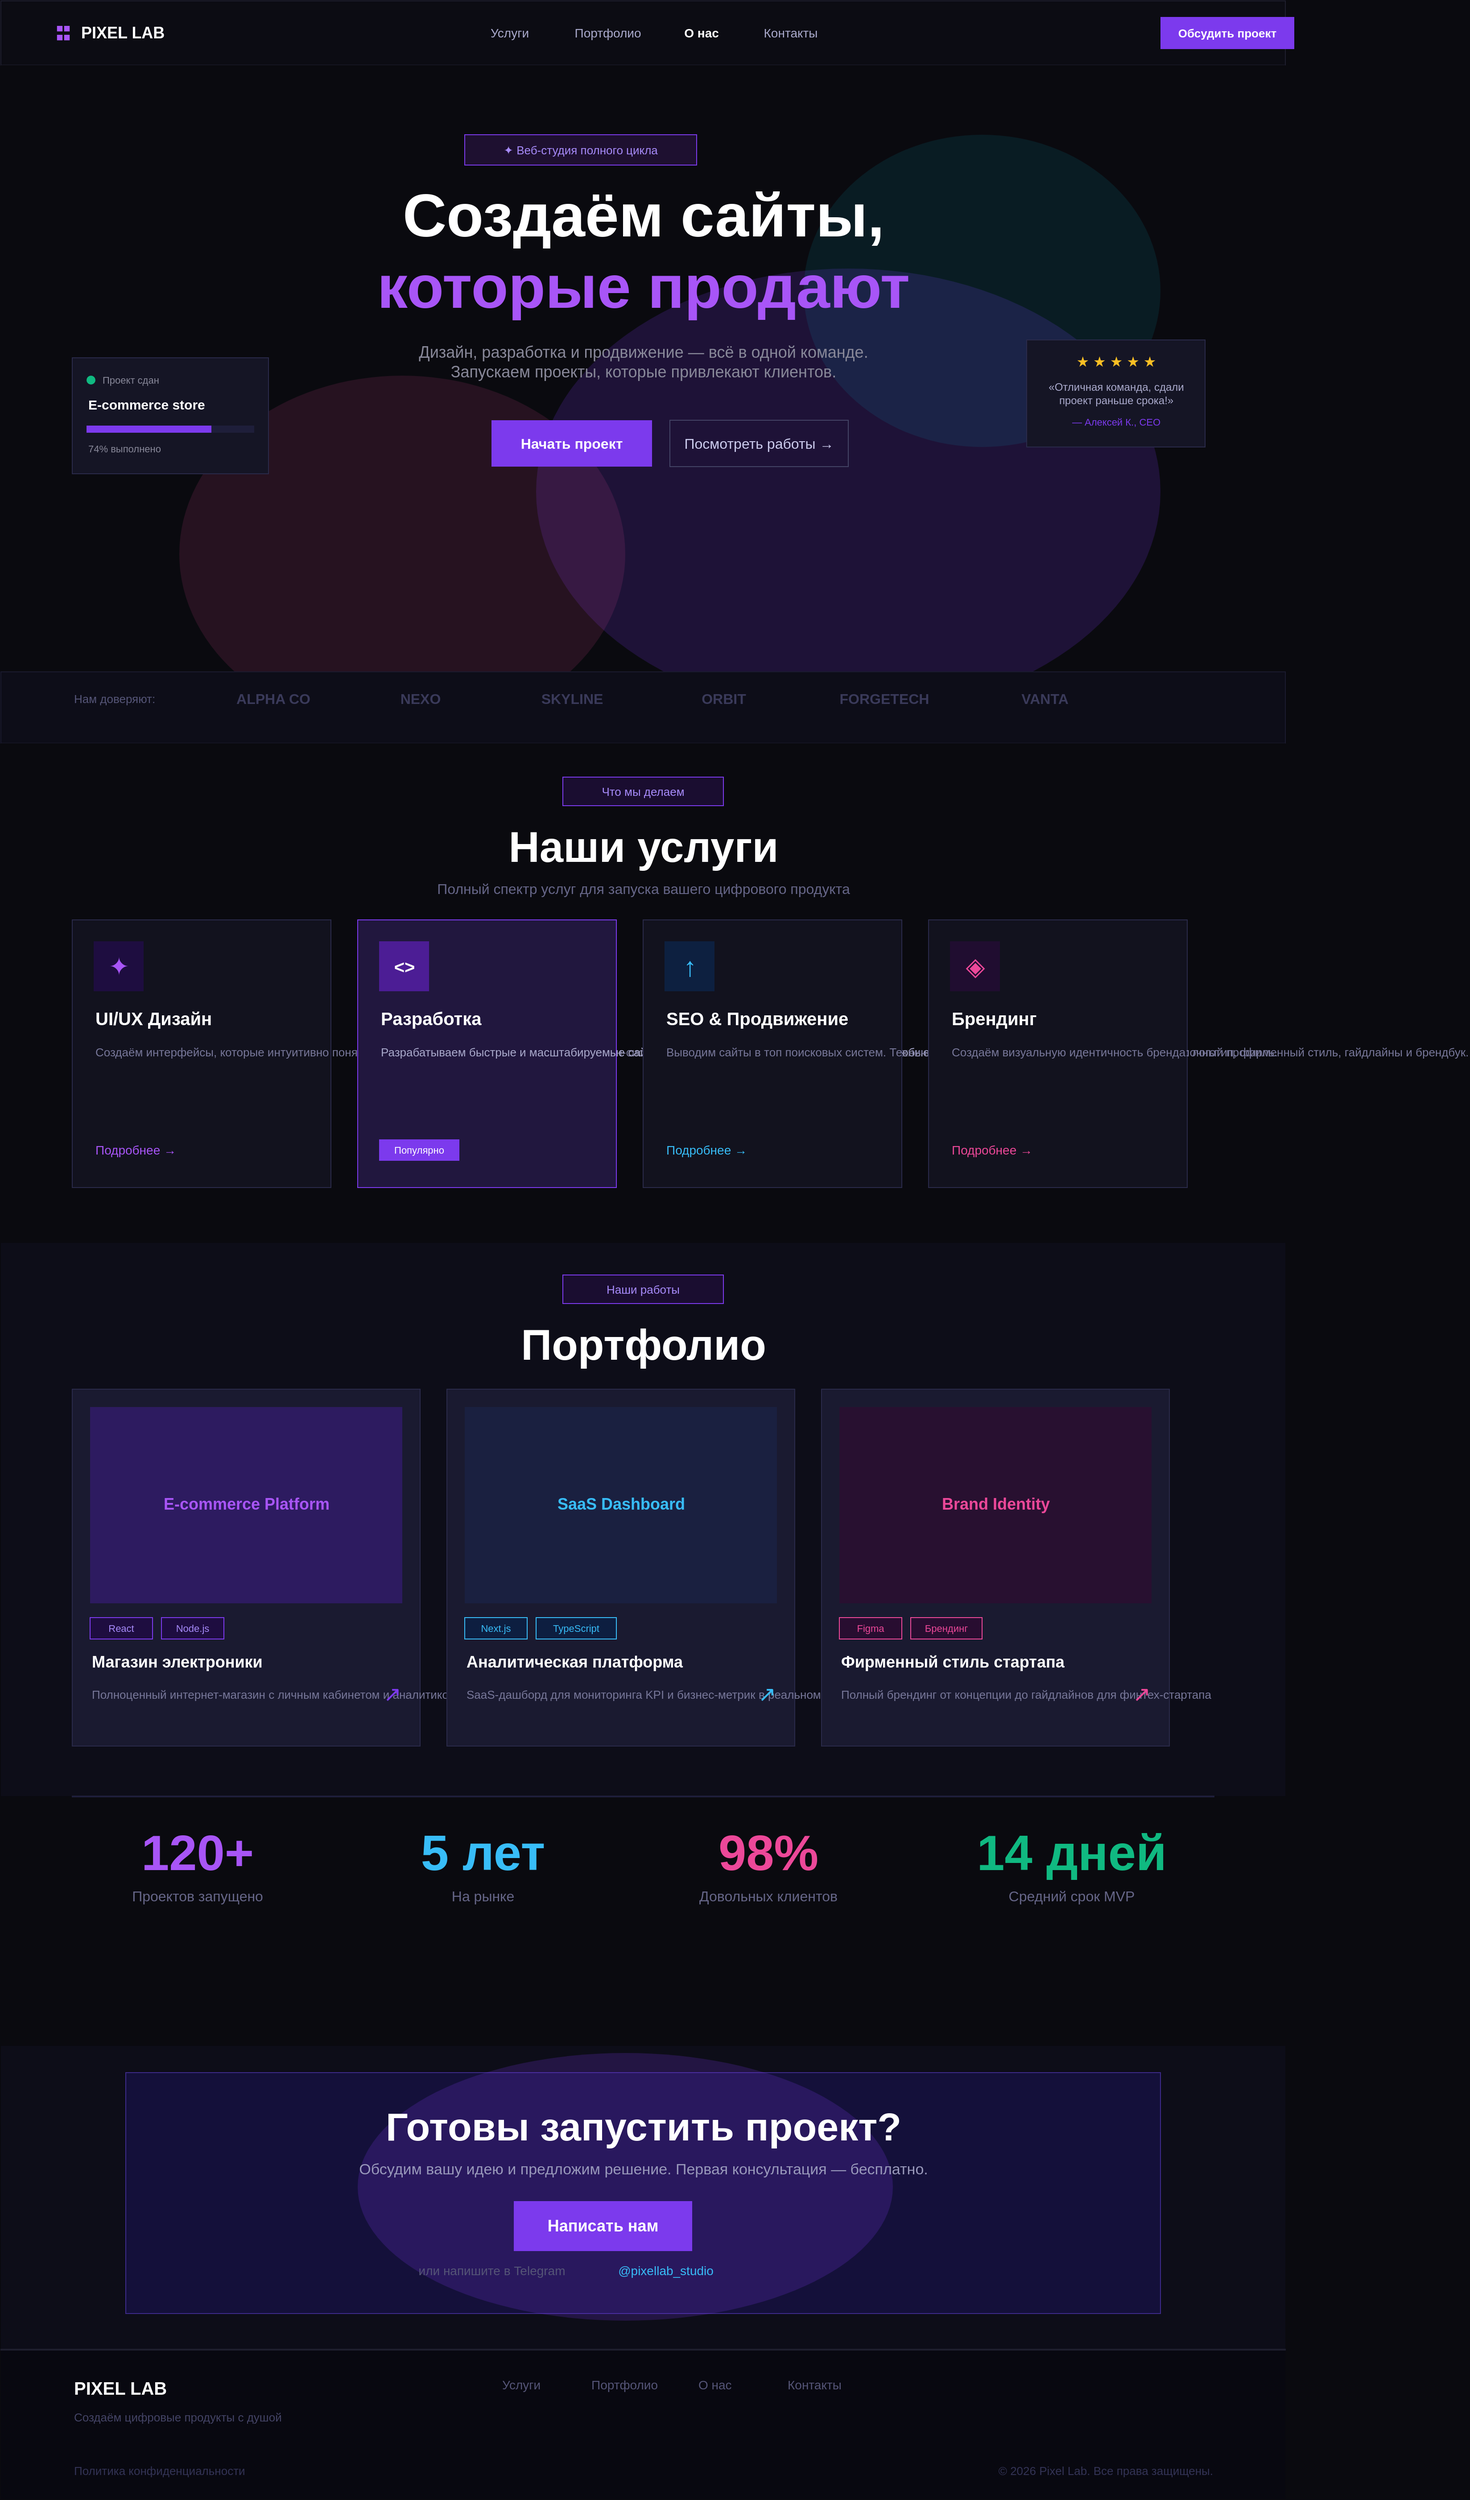
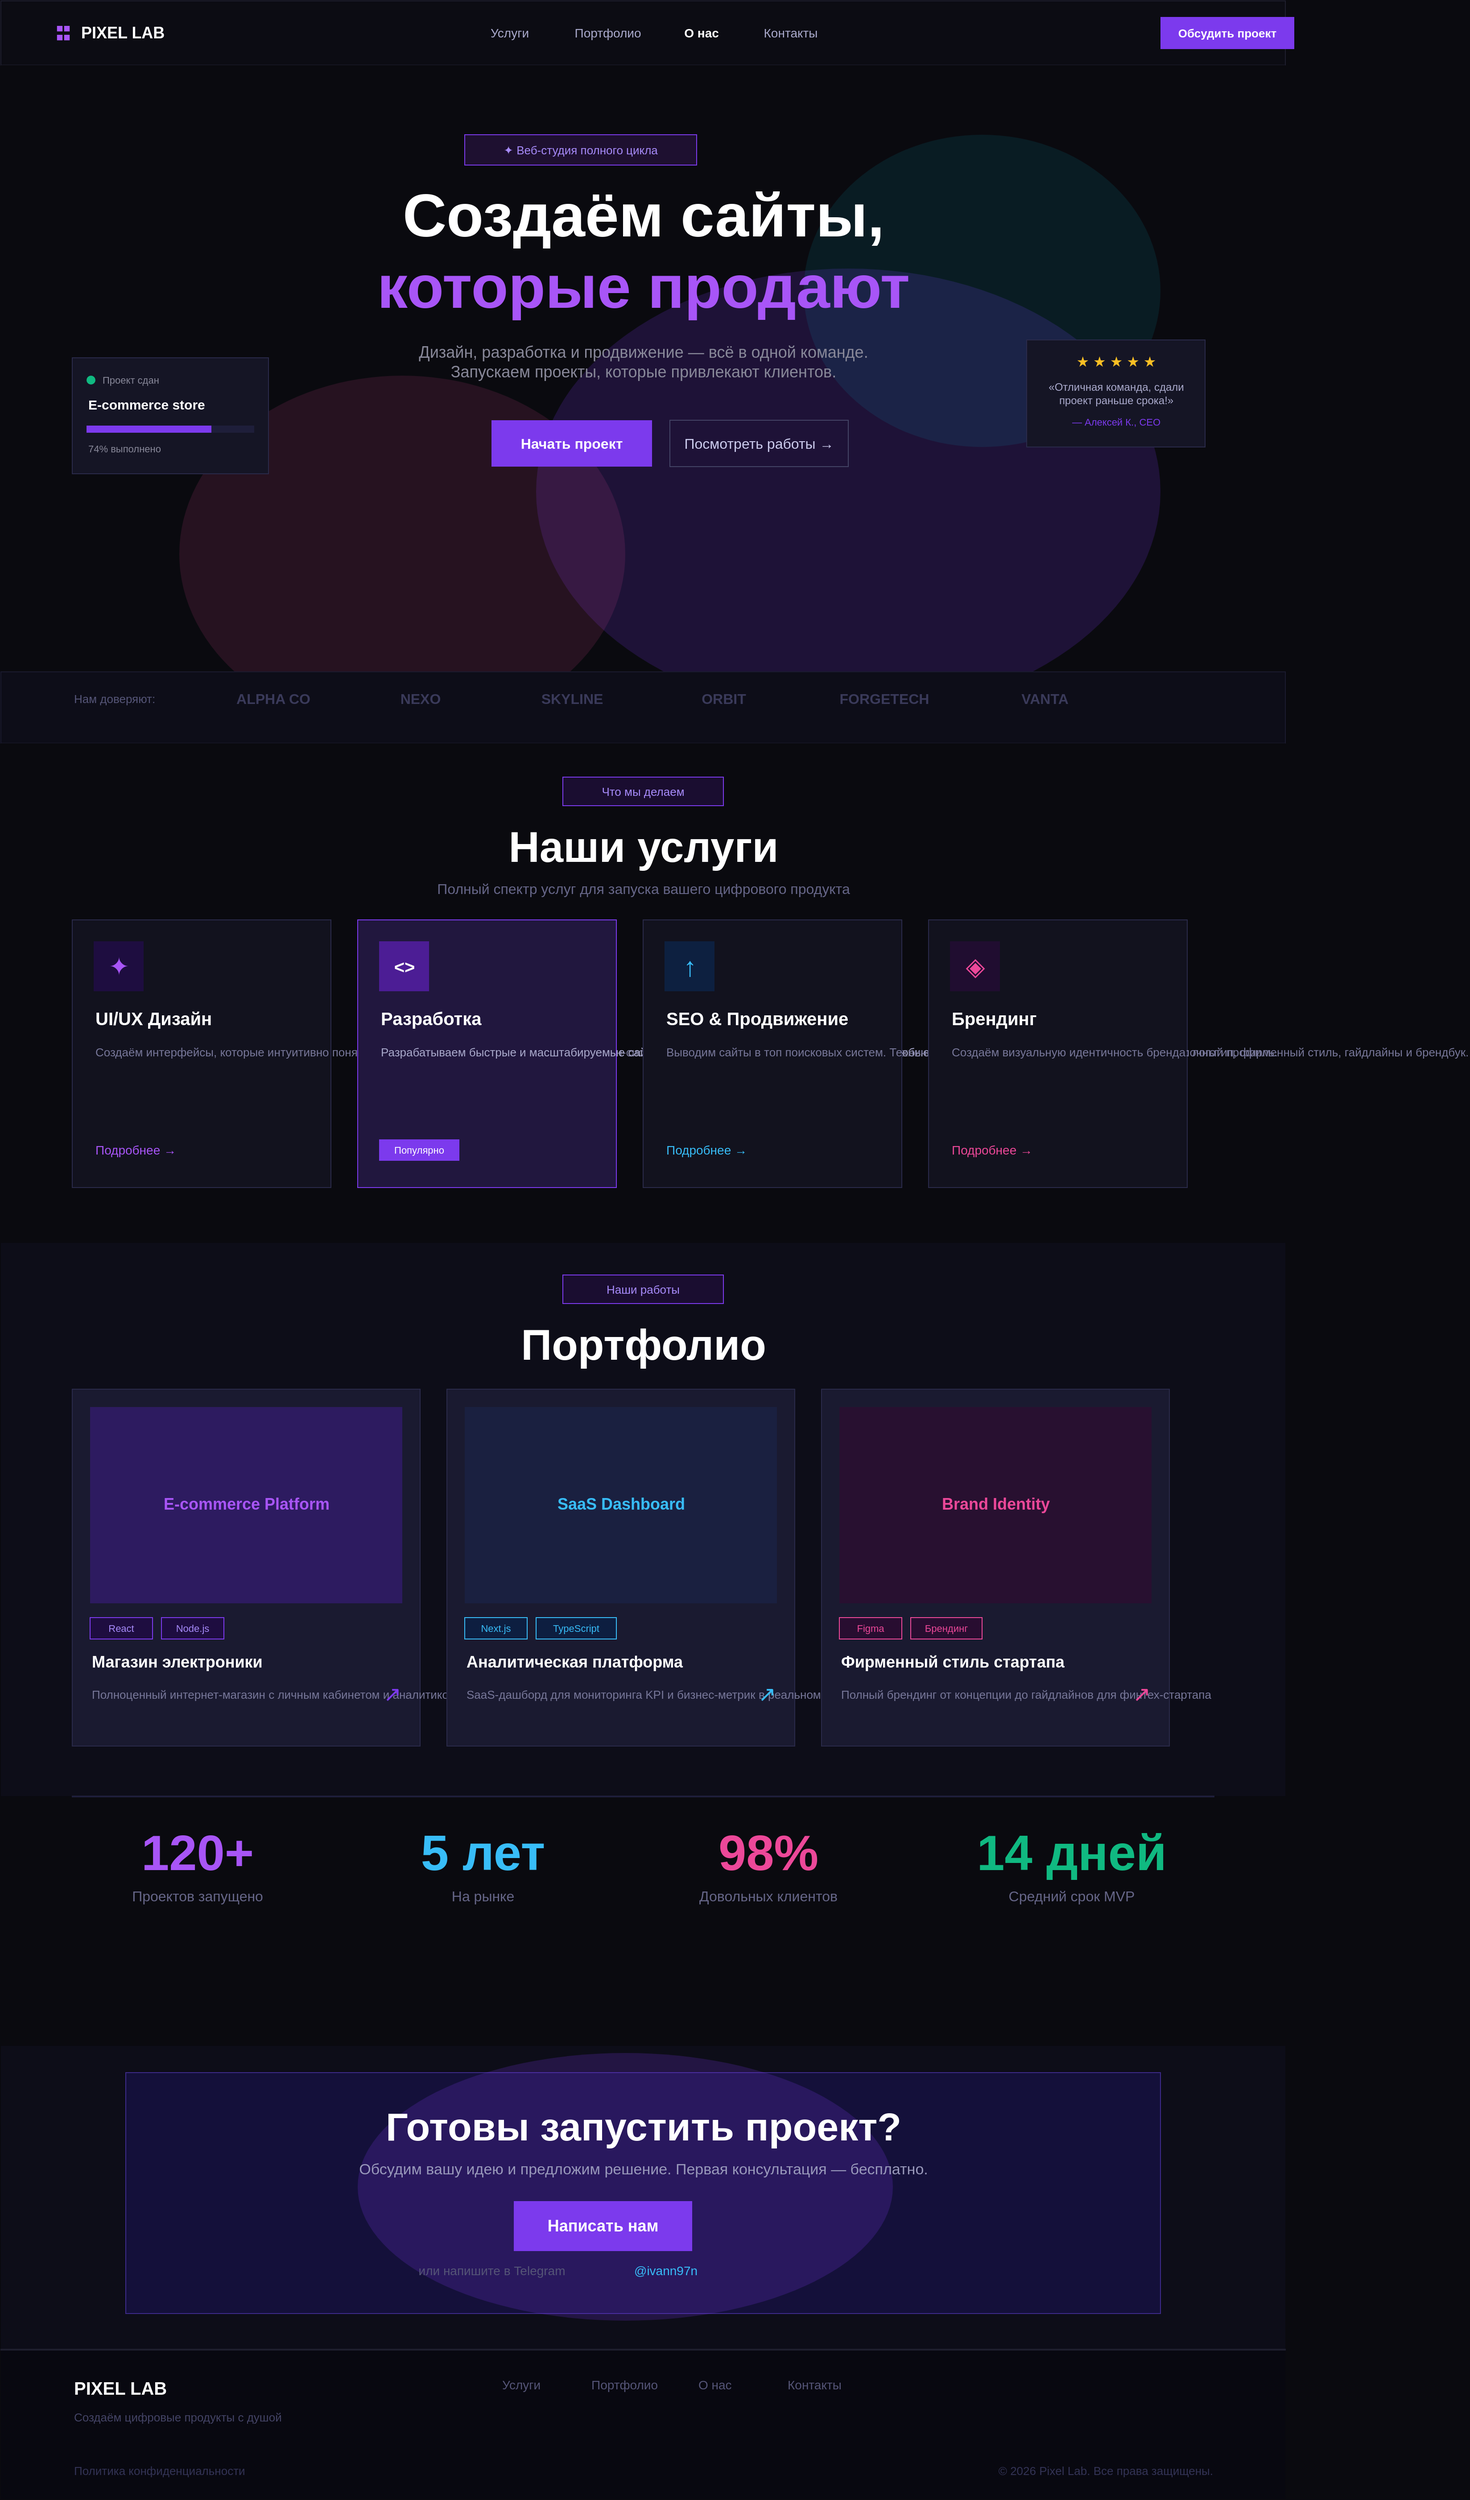
<mxfile host="vscode" modified="2026-03-29T10:00:00.000Z" agent="Claude" version="21.0.0">
  <diagram id="homepage" name="Web Studio — Homepage">
    <mxGraphModel dx="1422" dy="762" grid="0" gridSize="10" guides="1" tooltips="1" connect="0" arrows="0" fold="0" page="0" pageScale="1" pageWidth="1440" pageHeight="2800" math="0" shadow="0" background="#0A0A0F">
      <root>
        <mxCell id="0" />
        <mxCell id="1" parent="0" />

        <!-- ===================== PAGE BACKGROUND ===================== -->
        <mxCell id="bg" value="" style="rounded=0;whiteSpace=wrap;html=1;fillColor=#0A0A0F;strokeColor=none;" vertex="1" parent="1">
          <mxGeometry x="0" y="0" width="1440" height="2800" as="geometry" />
        </mxCell>

        <!-- ===================== NAVBAR ===================== -->
        <mxCell id="navbar-bg" value="" style="rounded=0;whiteSpace=wrap;html=1;fillColor=#0D0D15;strokeColor=#1E1E2E;strokeWidth=1;fillOpacity=90;" vertex="1" parent="1">
          <mxGeometry x="0" y="0" width="1440" height="72" as="geometry" />
        </mxCell>
        <!-- Logo dot grid icon -->
        <mxCell id="logo-icon" value="⬛⬛&#xa;⬛⬛" style="text;html=1;align=left;verticalAlign=middle;resizable=0;points=[];autosize=1;strokeColor=none;fillColor=none;fontSize=8;fontColor=#A855F7;" vertex="1" parent="1">
          <mxGeometry x="60" y="22" width="30" height="28" as="geometry" />
        </mxCell>
        <mxCell id="logo-text" value="PIXEL LAB" style="text;html=1;align=left;verticalAlign=middle;resizable=0;points=[];autosize=1;strokeColor=none;fillColor=none;fontSize=18;fontStyle=1;fontColor=#FFFFFF;fontFamily=Helvetica;" vertex="1" parent="1">
          <mxGeometry x="88" y="22" width="110" height="28" as="geometry" />
        </mxCell>
        <!-- Nav links -->
        <mxCell id="nav-l1" value="Услуги" style="text;html=1;align=center;verticalAlign=middle;resizable=0;strokeColor=none;fillColor=none;fontSize=14;fontColor=#AAAACC;" vertex="1" parent="1">
          <mxGeometry x="530" y="22" width="80" height="28" as="geometry" />
        </mxCell>
        <mxCell id="nav-l2" value="Портфолио" style="text;html=1;align=center;verticalAlign=middle;resizable=0;strokeColor=none;fillColor=none;fontSize=14;fontColor=#AAAACC;" vertex="1" parent="1">
          <mxGeometry x="630" y="22" width="100" height="28" as="geometry" />
        </mxCell>
        <mxCell id="nav-l3" value="О нас" style="text;html=1;align=center;verticalAlign=middle;resizable=0;strokeColor=none;fillColor=none;fontSize=14;fontColor=#FFFFFF;fontStyle=1;" vertex="1" parent="1">
          <mxGeometry x="750" y="22" width="70" height="28" as="geometry" />
        </mxCell>
        <mxCell id="nav-l4" value="Контакты" style="text;html=1;align=center;verticalAlign=middle;resizable=0;strokeColor=none;fillColor=none;fontSize=14;fontColor=#AAAACC;" vertex="1" parent="1">
          <mxGeometry x="840" y="22" width="90" height="28" as="geometry" />
        </mxCell>
        <!-- Nav CTA button -->
        <mxCell id="nav-cta" value="Обсудить проект" style="rounded=20;whiteSpace=wrap;html=1;fillColor=#7C3AED;strokeColor=none;fontSize=13;fontStyle=1;fontColor=#FFFFFF;arcSize=50;" vertex="1" parent="1">
          <mxGeometry x="1300" y="18" width="150" height="36" as="geometry" />
        </mxCell>

        <!-- ===================== HERO SECTION ===================== -->
        <mxCell id="hero-bg" value="" style="rounded=0;whiteSpace=wrap;html=1;fillColor=#0A0A0F;strokeColor=none;" vertex="1" parent="1">
          <mxGeometry x="0" y="72" width="1440" height="680" as="geometry" />
        </mxCell>
        <!-- Gradient blob purple -->
        <mxCell id="blob-purple" value="" style="ellipse;whiteSpace=wrap;html=1;fillColor=#7C3AED;strokeColor=none;opacity=18;" vertex="1" parent="1">
          <mxGeometry x="600" y="300" width="700" height="500" as="geometry" />
        </mxCell>
        <!-- Gradient blob pink -->
        <mxCell id="blob-pink" value="" style="ellipse;whiteSpace=wrap;html=1;fillColor=#EC4899;strokeColor=none;opacity=12;" vertex="1" parent="1">
          <mxGeometry x="200" y="420" width="500" height="400" as="geometry" />
        </mxCell>
        <!-- Gradient blob teal -->
        <mxCell id="blob-teal" value="" style="ellipse;whiteSpace=wrap;html=1;fillColor=#06B6D4;strokeColor=none;opacity=10;" vertex="1" parent="1">
          <mxGeometry x="900" y="150" width="400" height="350" as="geometry" />
        </mxCell>

        <!-- Badge pill -->
        <mxCell id="hero-badge" value="✦  Веб-студия полного цикла" style="rounded=20;whiteSpace=wrap;html=1;fillColor=#1E1030;strokeColor=#7C3AED;strokeWidth=1;fontSize=13;fontColor=#A78BFA;arcSize=50;" vertex="1" parent="1">
          <mxGeometry x="520" y="150" width="260" height="34" as="geometry" />
        </mxCell>

        <!-- H1 -->
        <mxCell id="hero-h1-1" value="Создаём сайты," style="text;html=1;align=center;verticalAlign=middle;resizable=0;strokeColor=none;fillColor=none;fontSize=68;fontStyle=1;fontColor=#FFFFFF;fontFamily=Helvetica;" vertex="1" parent="1">
          <mxGeometry x="220" y="200" width="1000" height="80" as="geometry" />
        </mxCell>
        <mxCell id="hero-h1-2" value="которые продают" style="text;html=1;align=center;verticalAlign=middle;resizable=0;strokeColor=none;fillColor=none;fontSize=68;fontStyle=1;fontColor=#A855F7;fontFamily=Helvetica;" vertex="1" parent="1">
          <mxGeometry x="220" y="280" width="1000" height="80" as="geometry" />
        </mxCell>

        <!-- Subtitle -->
        <mxCell id="hero-sub" value="Дизайн, разработка и продвижение — всё в одной команде.&#xa;Запускаем проекты, которые привлекают клиентов." style="text;html=1;align=center;verticalAlign=middle;resizable=0;strokeColor=none;fillColor=none;fontSize=18;fontColor=#888899;fontFamily=Helvetica;" vertex="1" parent="1">
          <mxGeometry x="320" y="375" width="800" height="60" as="geometry" />
        </mxCell>

        <!-- CTA Buttons -->
        <mxCell id="hero-btn1" value="Начать проект" style="rounded=24;whiteSpace=wrap;html=1;fillColor=#7C3AED;strokeColor=none;fontSize=16;fontStyle=1;fontColor=#FFFFFF;arcSize=50;" vertex="1" parent="1">
          <mxGeometry x="550" y="470" width="180" height="52" as="geometry" />
        </mxCell>
        <mxCell id="hero-btn2" value="Посмотреть работы  →" style="rounded=24;whiteSpace=wrap;html=1;fillColor=none;strokeColor=#444466;fontSize=16;fontColor=#CCCCEE;arcSize=50;" vertex="1" parent="1">
          <mxGeometry x="750" y="470" width="200" height="52" as="geometry" />
        </mxCell>

        <!-- Floating card 1 — проект -->
        <mxCell id="float-card1" value="" style="rounded=16;whiteSpace=wrap;html=1;fillColor=#151525;strokeColor=#2A2A4A;strokeWidth=1;" vertex="1" parent="1">
          <mxGeometry x="80" y="400" width="220" height="130" as="geometry" />
        </mxCell>
        <mxCell id="fc1-dot" value="" style="ellipse;whiteSpace=wrap;html=1;fillColor=#10B981;strokeColor=none;" vertex="1" parent="1">
          <mxGeometry x="96" y="420" width="10" height="10" as="geometry" />
        </mxCell>
        <mxCell id="fc1-label" value="Проект сдан" style="text;html=1;align=left;verticalAlign=middle;resizable=0;strokeColor=none;fillColor=none;fontSize=11;fontColor=#888899;" vertex="1" parent="1">
          <mxGeometry x="112" y="414" width="120" height="22" as="geometry" />
        </mxCell>
        <mxCell id="fc1-title" value="E-commerce store" style="text;html=1;align=left;verticalAlign=middle;resizable=0;strokeColor=none;fillColor=none;fontSize=15;fontStyle=1;fontColor=#FFFFFF;" vertex="1" parent="1">
          <mxGeometry x="96" y="440" width="190" height="24" as="geometry" />
        </mxCell>
        <mxCell id="fc1-bar-bg" value="" style="rounded=4;whiteSpace=wrap;html=1;fillColor=#1E1E3A;strokeColor=none;" vertex="1" parent="1">
          <mxGeometry x="96" y="476" width="188" height="8" as="geometry" />
        </mxCell>
        <mxCell id="fc1-bar" value="" style="rounded=4;whiteSpace=wrap;html=1;fillColor=#7C3AED;strokeColor=none;" vertex="1" parent="1">
          <mxGeometry x="96" y="476" width="140" height="8" as="geometry" />
        </mxCell>
        <mxCell id="fc1-pct" value="74% выполнено" style="text;html=1;align=left;verticalAlign=middle;resizable=0;strokeColor=none;fillColor=none;fontSize=11;fontColor=#888899;" vertex="1" parent="1">
          <mxGeometry x="96" y="492" width="130" height="20" as="geometry" />
        </mxCell>

        <!-- Floating card 2 — rating -->
        <mxCell id="float-card2" value="" style="rounded=16;whiteSpace=wrap;html=1;fillColor=#151525;strokeColor=#2A2A4A;strokeWidth=1;" vertex="1" parent="1">
          <mxGeometry x="1150" y="380" width="200" height="120" as="geometry" />
        </mxCell>
        <mxCell id="fc2-stars" value="★ ★ ★ ★ ★" style="text;html=1;align=center;verticalAlign=middle;resizable=0;strokeColor=none;fillColor=none;fontSize=16;fontColor=#FBBF24;" vertex="1" parent="1">
          <mxGeometry x="1150" y="390" width="200" height="28" as="geometry" />
        </mxCell>
        <mxCell id="fc2-text" value="«Отличная команда, сдали&#xa;проект раньше срока!»" style="text;html=1;align=center;verticalAlign=middle;resizable=0;strokeColor=none;fillColor=none;fontSize=12;fontColor=#AAAACC;" vertex="1" parent="1">
          <mxGeometry x="1155" y="420" width="190" height="40" as="geometry" />
        </mxCell>
        <mxCell id="fc2-name" value="— Алексей К., CEO" style="text;html=1;align=center;verticalAlign=middle;resizable=0;strokeColor=none;fillColor=none;fontSize=11;fontColor=#7C3AED;" vertex="1" parent="1">
          <mxGeometry x="1150" y="462" width="200" height="20" as="geometry" />
        </mxCell>

        <!-- ===================== CLIENTS STRIP ===================== -->
        <mxCell id="clients-bg" value="" style="rounded=0;whiteSpace=wrap;html=1;fillColor=#0D0D18;strokeColor=#1A1A2E;strokeWidth=1;" vertex="1" parent="1">
          <mxGeometry x="0" y="752" width="1440" height="80" as="geometry" />
        </mxCell>
        <mxCell id="clients-label" value="Нам доверяют:" style="text;html=1;align=left;verticalAlign=middle;resizable=0;strokeColor=none;fillColor=none;fontSize=13;fontColor=#555577;" vertex="1" parent="1">
          <mxGeometry x="80" y="768" width="120" height="28" as="geometry" />
        </mxCell>
        <mxCell id="cl1" value="ALPHA CO" style="text;html=1;align=center;verticalAlign=middle;resizable=0;strokeColor=none;fillColor=none;fontSize=16;fontStyle=1;fontColor=#3A3A5A;" vertex="1" parent="1">
          <mxGeometry x="240" y="768" width="130" height="28" as="geometry" />
        </mxCell>
        <mxCell id="cl2" value="NEXO" style="text;html=1;align=center;verticalAlign=middle;resizable=0;strokeColor=none;fillColor=none;fontSize=16;fontStyle=1;fontColor=#3A3A5A;" vertex="1" parent="1">
          <mxGeometry x="420" y="768" width="100" height="28" as="geometry" />
        </mxCell>
        <mxCell id="cl3" value="SKYLINE" style="text;html=1;align=center;verticalAlign=middle;resizable=0;strokeColor=none;fillColor=none;fontSize=16;fontStyle=1;fontColor=#3A3A5A;" vertex="1" parent="1">
          <mxGeometry x="580" y="768" width="120" height="28" as="geometry" />
        </mxCell>
        <mxCell id="cl4" value="ORBIT" style="text;html=1;align=center;verticalAlign=middle;resizable=0;strokeColor=none;fillColor=none;fontSize=16;fontStyle=1;fontColor=#3A3A5A;" vertex="1" parent="1">
          <mxGeometry x="760" y="768" width="100" height="28" as="geometry" />
        </mxCell>
        <mxCell id="cl5" value="FORGETECH" style="text;html=1;align=center;verticalAlign=middle;resizable=0;strokeColor=none;fillColor=none;fontSize=16;fontStyle=1;fontColor=#3A3A5A;" vertex="1" parent="1">
          <mxGeometry x="920" y="768" width="140" height="28" as="geometry" />
        </mxCell>
        <mxCell id="cl6" value="VANTA" style="text;html=1;align=center;verticalAlign=middle;resizable=0;strokeColor=none;fillColor=none;fontSize=16;fontStyle=1;fontColor=#3A3A5A;" vertex="1" parent="1">
          <mxGeometry x="1120" y="768" width="100" height="28" as="geometry" />
        </mxCell>

        <!-- ===================== SERVICES SECTION ===================== -->
        <mxCell id="services-bg" value="" style="rounded=0;whiteSpace=wrap;html=1;fillColor=#0A0A0F;strokeColor=none;" vertex="1" parent="1">
          <mxGeometry x="0" y="832" width="1440" height="560" as="geometry" />
        </mxCell>
        <mxCell id="srv-badge" value="Что мы делаем" style="rounded=20;whiteSpace=wrap;html=1;fillColor=#1A0D30;strokeColor=#7C3AED;strokeWidth=1;fontSize=13;fontColor=#A78BFA;arcSize=50;" vertex="1" parent="1">
          <mxGeometry x="630" y="870" width="180" height="32" as="geometry" />
        </mxCell>
        <mxCell id="srv-h2" value="Наши услуги" style="text;html=1;align=center;verticalAlign=middle;resizable=0;strokeColor=none;fillColor=none;fontSize=48;fontStyle=1;fontColor=#FFFFFF;fontFamily=Helvetica;" vertex="1" parent="1">
          <mxGeometry x="320" y="918" width="800" height="60" as="geometry" />
        </mxCell>
        <mxCell id="srv-sub" value="Полный спектр услуг для запуска вашего цифрового продукта" style="text;html=1;align=center;verticalAlign=middle;resizable=0;strokeColor=none;fillColor=none;fontSize=16;fontColor=#666688;" vertex="1" parent="1">
          <mxGeometry x="380" y="980" width="680" height="30" as="geometry" />
        </mxCell>

        <!-- Service Card 1 — Design -->
        <mxCell id="sc1" value="" style="rounded=20;whiteSpace=wrap;html=1;fillColor=#12121E;strokeColor=#2A2A4A;strokeWidth=1;" vertex="1" parent="1">
          <mxGeometry x="80" y="1030" width="290" height="300" as="geometry" />
        </mxCell>
        <mxCell id="sc1-icon-bg" value="" style="rounded=12;whiteSpace=wrap;html=1;fillColor=#1E0D40;strokeColor=none;" vertex="1" parent="1">
          <mxGeometry x="104" y="1054" width="56" height="56" as="geometry" />
        </mxCell>
        <mxCell id="sc1-icon" value="✦" style="text;html=1;align=center;verticalAlign=middle;resizable=0;strokeColor=none;fillColor=none;fontSize=28;fontColor=#A855F7;" vertex="1" parent="1">
          <mxGeometry x="104" y="1054" width="56" height="56" as="geometry" />
        </mxCell>
        <mxCell id="sc1-title" value="UI/UX Дизайн" style="text;html=1;align=left;verticalAlign=middle;resizable=0;strokeColor=none;fillColor=none;fontSize=20;fontStyle=1;fontColor=#FFFFFF;" vertex="1" parent="1">
          <mxGeometry x="104" y="1126" width="240" height="28" as="geometry" />
        </mxCell>
        <mxCell id="sc1-desc" value="Создаём интерфейсы, которые интуитивно понятны и визуально безупречны. Прототипы, дизайн-система, адаптив." style="text;html=1;align=left;verticalAlign=top;resizable=0;strokeColor=none;fillColor=none;fontSize=13;fontColor=#777799;" vertex="1" parent="1">
          <mxGeometry x="104" y="1164" width="246" height="80" as="geometry" />
        </mxCell>
        <mxCell id="sc1-link" value="Подробнее →" style="text;html=1;align=left;verticalAlign=middle;resizable=0;strokeColor=none;fillColor=none;fontSize=14;fontColor=#A855F7;" vertex="1" parent="1">
          <mxGeometry x="104" y="1276" width="130" height="24" as="geometry" />
        </mxCell>

        <!-- Service Card 2 — Dev -->
        <mxCell id="sc2" value="" style="rounded=20;whiteSpace=wrap;html=1;fillColor=#12121E;strokeColor=#7C3AED;strokeWidth=1;" vertex="1" parent="1">
          <mxGeometry x="400" y="1030" width="290" height="300" as="geometry" />
        </mxCell>
        <!-- Purple top accent -->
        <mxCell id="sc2-accent" value="" style="rounded=20;whiteSpace=wrap;html=1;fillColor=#7C3AED;strokeColor=none;opacity=15;" vertex="1" parent="1">
          <mxGeometry x="400" y="1030" width="290" height="300" as="geometry" />
        </mxCell>
        <mxCell id="sc2-icon-bg" value="" style="rounded=12;whiteSpace=wrap;html=1;fillColor=#4C1D95;strokeColor=none;" vertex="1" parent="1">
          <mxGeometry x="424" y="1054" width="56" height="56" as="geometry" />
        </mxCell>
        <mxCell id="sc2-icon" value="&lt;&gt;" style="text;html=1;align=center;verticalAlign=middle;resizable=0;strokeColor=none;fillColor=none;fontSize=20;fontStyle=1;fontColor=#FFFFFF;" vertex="1" parent="1">
          <mxGeometry x="424" y="1054" width="56" height="56" as="geometry" />
        </mxCell>
        <mxCell id="sc2-title" value="Разработка" style="text;html=1;align=left;verticalAlign=middle;resizable=0;strokeColor=none;fillColor=none;fontSize=20;fontStyle=1;fontColor=#FFFFFF;" vertex="1" parent="1">
          <mxGeometry x="424" y="1126" width="240" height="28" as="geometry" />
        </mxCell>
        <mxCell id="sc2-desc" value="Разрабатываем быстрые и масштабируемые сайты и веб-приложения. React, Next.js, Node.js, любые CMS." style="text;html=1;align=left;verticalAlign=top;resizable=0;strokeColor=none;fillColor=none;fontSize=13;fontColor=#AAAACC;" vertex="1" parent="1">
          <mxGeometry x="424" y="1164" width="246" height="80" as="geometry" />
        </mxCell>
        <mxCell id="sc2-badge" value="Популярно" style="rounded=12;whiteSpace=wrap;html=1;fillColor=#7C3AED;strokeColor=none;fontSize=11;fontColor=#FFFFFF;arcSize=50;" vertex="1" parent="1">
          <mxGeometry x="424" y="1276" width="90" height="24" as="geometry" />
        </mxCell>

        <!-- Service Card 3 — SEO -->
        <mxCell id="sc3" value="" style="rounded=20;whiteSpace=wrap;html=1;fillColor=#12121E;strokeColor=#2A2A4A;strokeWidth=1;" vertex="1" parent="1">
          <mxGeometry x="720" y="1030" width="290" height="300" as="geometry" />
        </mxCell>
        <mxCell id="sc3-icon-bg" value="" style="rounded=12;whiteSpace=wrap;html=1;fillColor=#0D2040;strokeColor=none;" vertex="1" parent="1">
          <mxGeometry x="744" y="1054" width="56" height="56" as="geometry" />
        </mxCell>
        <mxCell id="sc3-icon" value="↑" style="text;html=1;align=center;verticalAlign=middle;resizable=0;strokeColor=none;fillColor=none;fontSize=30;fontStyle=1;fontColor=#38BDF8;" vertex="1" parent="1">
          <mxGeometry x="744" y="1054" width="56" height="56" as="geometry" />
        </mxCell>
        <mxCell id="sc3-title" value="SEO &amp; Продвижение" style="text;html=1;align=left;verticalAlign=middle;resizable=0;strokeColor=none;fillColor=none;fontSize=20;fontStyle=1;fontColor=#FFFFFF;" vertex="1" parent="1">
          <mxGeometry x="744" y="1126" width="240" height="28" as="geometry" />
        </mxCell>
        <mxCell id="sc3-desc" value="Выводим сайты в топ поисковых систем. Технический аудит, семантика, контент-стратегия, ссылочный профиль." style="text;html=1;align=left;verticalAlign=top;resizable=0;strokeColor=none;fillColor=none;fontSize=13;fontColor=#777799;" vertex="1" parent="1">
          <mxGeometry x="744" y="1164" width="246" height="80" as="geometry" />
        </mxCell>
        <mxCell id="sc3-link" value="Подробнее →" style="text;html=1;align=left;verticalAlign=middle;resizable=0;strokeColor=none;fillColor=none;fontSize=14;fontColor=#38BDF8;" vertex="1" parent="1">
          <mxGeometry x="744" y="1276" width="130" height="24" as="geometry" />
        </mxCell>

        <!-- Service Card 4 — Brand -->
        <mxCell id="sc4" value="" style="rounded=20;whiteSpace=wrap;html=1;fillColor=#12121E;strokeColor=#2A2A4A;strokeWidth=1;" vertex="1" parent="1">
          <mxGeometry x="1040" y="1030" width="290" height="300" as="geometry" />
        </mxCell>
        <mxCell id="sc4-icon-bg" value="" style="rounded=12;whiteSpace=wrap;html=1;fillColor=#200D30;strokeColor=none;" vertex="1" parent="1">
          <mxGeometry x="1064" y="1054" width="56" height="56" as="geometry" />
        </mxCell>
        <mxCell id="sc4-icon" value="◈" style="text;html=1;align=center;verticalAlign=middle;resizable=0;strokeColor=none;fillColor=none;fontSize=28;fontColor=#EC4899;" vertex="1" parent="1">
          <mxGeometry x="1064" y="1054" width="56" height="56" as="geometry" />
        </mxCell>
        <mxCell id="sc4-title" value="Брендинг" style="text;html=1;align=left;verticalAlign=middle;resizable=0;strokeColor=none;fillColor=none;fontSize=20;fontStyle=1;fontColor=#FFFFFF;" vertex="1" parent="1">
          <mxGeometry x="1064" y="1126" width="240" height="28" as="geometry" />
        </mxCell>
        <mxCell id="sc4-desc" value="Создаём визуальную идентичность бренда: логотип, фирменный стиль, гайдлайны и брендбук." style="text;html=1;align=left;verticalAlign=top;resizable=0;strokeColor=none;fillColor=none;fontSize=13;fontColor=#777799;" vertex="1" parent="1">
          <mxGeometry x="1064" y="1164" width="246" height="80" as="geometry" />
        </mxCell>
        <mxCell id="sc4-link" value="Подробнее →" style="text;html=1;align=left;verticalAlign=middle;resizable=0;strokeColor=none;fillColor=none;fontSize=14;fontColor=#EC4899;" vertex="1" parent="1">
          <mxGeometry x="1064" y="1276" width="130" height="24" as="geometry" />
        </mxCell>

        <!-- ===================== PORTFOLIO SECTION ===================== -->
        <mxCell id="portfolio-bg" value="" style="rounded=0;whiteSpace=wrap;html=1;fillColor=#0D0D18;strokeColor=none;" vertex="1" parent="1">
          <mxGeometry x="0" y="1392" width="1440" height="620" as="geometry" />
        </mxCell>
        <mxCell id="port-badge" value="Наши работы" style="rounded=20;whiteSpace=wrap;html=1;fillColor=#1A0D30;strokeColor=#7C3AED;strokeWidth=1;fontSize=13;fontColor=#A78BFA;arcSize=50;" vertex="1" parent="1">
          <mxGeometry x="630" y="1428" width="180" height="32" as="geometry" />
        </mxCell>
        <mxCell id="port-h2" value="Портфолио" style="text;html=1;align=center;verticalAlign=middle;resizable=0;strokeColor=none;fillColor=none;fontSize=48;fontStyle=1;fontColor=#FFFFFF;fontFamily=Helvetica;" vertex="1" parent="1">
          <mxGeometry x="320" y="1476" width="800" height="60" as="geometry" />
        </mxCell>

        <!-- Portfolio card 1 -->
        <mxCell id="pc1" value="" style="rounded=20;whiteSpace=wrap;html=1;fillColor=#1A1A30;strokeColor=#2A2A4A;" vertex="1" parent="1">
          <mxGeometry x="80" y="1556" width="390" height="400" as="geometry" />
        </mxCell>
        <mxCell id="pc1-img" value="" style="rounded=12;whiteSpace=wrap;html=1;fillColor=#2D1B60;strokeColor=none;" vertex="1" parent="1">
          <mxGeometry x="100" y="1576" width="350" height="220" as="geometry" />
        </mxCell>
        <mxCell id="pc1-img-label" value="E-commerce Platform" style="text;html=1;align=center;verticalAlign=middle;resizable=0;strokeColor=none;fillColor=none;fontSize=18;fontStyle=1;fontColor=#A855F7;" vertex="1" parent="1">
          <mxGeometry x="100" y="1660" width="350" height="50" as="geometry" />
        </mxCell>
        <mxCell id="pc1-tag1" value="React" style="rounded=12;whiteSpace=wrap;html=1;fillColor=#1E0D40;strokeColor=#7C3AED;strokeWidth=1;fontSize=11;fontColor=#A78BFA;arcSize=50;" vertex="1" parent="1">
          <mxGeometry x="100" y="1812" width="70" height="24" as="geometry" />
        </mxCell>
        <mxCell id="pc1-tag2" value="Node.js" style="rounded=12;whiteSpace=wrap;html=1;fillColor=#1E0D40;strokeColor=#7C3AED;strokeWidth=1;fontSize=11;fontColor=#A78BFA;arcSize=50;" vertex="1" parent="1">
          <mxGeometry x="180" y="1812" width="70" height="24" as="geometry" />
        </mxCell>
        <mxCell id="pc1-title" value="Магазин электроники" style="text;html=1;align=left;verticalAlign=middle;resizable=0;strokeColor=none;fillColor=none;fontSize=18;fontStyle=1;fontColor=#FFFFFF;" vertex="1" parent="1">
          <mxGeometry x="100" y="1848" width="310" height="28" as="geometry" />
        </mxCell>
        <mxCell id="pc1-desc" value="Полноценный интернет-магазин с личным кабинетом и аналитикой" style="text;html=1;align=left;verticalAlign=middle;resizable=0;strokeColor=none;fillColor=none;fontSize=13;fontColor=#777799;" vertex="1" parent="1">
          <mxGeometry x="100" y="1878" width="310" height="40" as="geometry" />
        </mxCell>
        <mxCell id="pc1-arrow" value="↗" style="text;html=1;align=right;verticalAlign=middle;resizable=0;strokeColor=none;fillColor=none;fontSize=24;fontColor=#7C3AED;" vertex="1" parent="1">
          <mxGeometry x="410" y="1878" width="40" height="40" as="geometry" />
        </mxCell>

        <!-- Portfolio card 2 -->
        <mxCell id="pc2" value="" style="rounded=20;whiteSpace=wrap;html=1;fillColor=#1A1A30;strokeColor=#2A2A4A;" vertex="1" parent="1">
          <mxGeometry x="500" y="1556" width="390" height="400" as="geometry" />
        </mxCell>
        <mxCell id="pc2-img" value="" style="rounded=12;whiteSpace=wrap;html=1;fillColor=#1A2040;strokeColor=none;" vertex="1" parent="1">
          <mxGeometry x="520" y="1576" width="350" height="220" as="geometry" />
        </mxCell>
        <mxCell id="pc2-img-label" value="SaaS Dashboard" style="text;html=1;align=center;verticalAlign=middle;resizable=0;strokeColor=none;fillColor=none;fontSize=18;fontStyle=1;fontColor=#38BDF8;" vertex="1" parent="1">
          <mxGeometry x="520" y="1660" width="350" height="50" as="geometry" />
        </mxCell>
        <mxCell id="pc2-tag1" value="Next.js" style="rounded=12;whiteSpace=wrap;html=1;fillColor=#0D1E40;strokeColor=#38BDF8;strokeWidth=1;fontSize=11;fontColor=#38BDF8;arcSize=50;" vertex="1" parent="1">
          <mxGeometry x="520" y="1812" width="70" height="24" as="geometry" />
        </mxCell>
        <mxCell id="pc2-tag2" value="TypeScript" style="rounded=12;whiteSpace=wrap;html=1;fillColor=#0D1E40;strokeColor=#38BDF8;strokeWidth=1;fontSize=11;fontColor=#38BDF8;arcSize=50;" vertex="1" parent="1">
          <mxGeometry x="600" y="1812" width="90" height="24" as="geometry" />
        </mxCell>
        <mxCell id="pc2-title" value="Аналитическая платформа" style="text;html=1;align=left;verticalAlign=middle;resizable=0;strokeColor=none;fillColor=none;fontSize=18;fontStyle=1;fontColor=#FFFFFF;" vertex="1" parent="1">
          <mxGeometry x="520" y="1848" width="310" height="28" as="geometry" />
        </mxCell>
        <mxCell id="pc2-desc" value="SaaS-дашборд для мониторинга KPI и бизнес-метрик в реальном времени" style="text;html=1;align=left;verticalAlign=middle;resizable=0;strokeColor=none;fillColor=none;fontSize=13;fontColor=#777799;" vertex="1" parent="1">
          <mxGeometry x="520" y="1878" width="310" height="40" as="geometry" />
        </mxCell>
        <mxCell id="pc2-arrow" value="↗" style="text;html=1;align=right;verticalAlign=middle;resizable=0;strokeColor=none;fillColor=none;fontSize=24;fontColor=#38BDF8;" vertex="1" parent="1">
          <mxGeometry x="830" y="1878" width="40" height="40" as="geometry" />
        </mxCell>

        <!-- Portfolio card 3 -->
        <mxCell id="pc3" value="" style="rounded=20;whiteSpace=wrap;html=1;fillColor=#1A1A30;strokeColor=#2A2A4A;" vertex="1" parent="1">
          <mxGeometry x="920" y="1556" width="390" height="400" as="geometry" />
        </mxCell>
        <mxCell id="pc3-img" value="" style="rounded=12;whiteSpace=wrap;html=1;fillColor=#281030;strokeColor=none;" vertex="1" parent="1">
          <mxGeometry x="940" y="1576" width="350" height="220" as="geometry" />
        </mxCell>
        <mxCell id="pc3-img-label" value="Brand Identity" style="text;html=1;align=center;verticalAlign=middle;resizable=0;strokeColor=none;fillColor=none;fontSize=18;fontStyle=1;fontColor=#EC4899;" vertex="1" parent="1">
          <mxGeometry x="940" y="1660" width="350" height="50" as="geometry" />
        </mxCell>
        <mxCell id="pc3-tag1" value="Figma" style="rounded=12;whiteSpace=wrap;html=1;fillColor=#280D30;strokeColor=#EC4899;strokeWidth=1;fontSize=11;fontColor=#EC4899;arcSize=50;" vertex="1" parent="1">
          <mxGeometry x="940" y="1812" width="70" height="24" as="geometry" />
        </mxCell>
        <mxCell id="pc3-tag2" value="Брендинг" style="rounded=12;whiteSpace=wrap;html=1;fillColor=#280D30;strokeColor=#EC4899;strokeWidth=1;fontSize=11;fontColor=#EC4899;arcSize=50;" vertex="1" parent="1">
          <mxGeometry x="1020" y="1812" width="80" height="24" as="geometry" />
        </mxCell>
        <mxCell id="pc3-title" value="Фирменный стиль стартапа" style="text;html=1;align=left;verticalAlign=middle;resizable=0;strokeColor=none;fillColor=none;fontSize=18;fontStyle=1;fontColor=#FFFFFF;" vertex="1" parent="1">
          <mxGeometry x="940" y="1848" width="310" height="28" as="geometry" />
        </mxCell>
        <mxCell id="pc3-desc" value="Полный брендинг от концепции до гайдлайнов для финтех-стартапа" style="text;html=1;align=left;verticalAlign=middle;resizable=0;strokeColor=none;fillColor=none;fontSize=13;fontColor=#777799;" vertex="1" parent="1">
          <mxGeometry x="940" y="1878" width="310" height="40" as="geometry" />
        </mxCell>
        <mxCell id="pc3-arrow" value="↗" style="text;html=1;align=right;verticalAlign=middle;resizable=0;strokeColor=none;fillColor=none;fontSize=24;fontColor=#EC4899;" vertex="1" parent="1">
          <mxGeometry x="1250" y="1878" width="40" height="40" as="geometry" />
        </mxCell>

        <!-- ===================== STATS SECTION ===================== -->
        <mxCell id="stats-bg" value="" style="rounded=0;whiteSpace=wrap;html=1;fillColor=#0A0A0F;strokeColor=none;" vertex="1" parent="1">
          <mxGeometry x="0" y="2012" width="1440" height="280" as="geometry" />
        </mxCell>
        <!-- Divider line -->
        <mxCell id="stats-div" value="" style="rounded=0;whiteSpace=wrap;html=1;fillColor=none;strokeColor=#1E1E3A;strokeWidth=1;" vertex="1" parent="1">
          <mxGeometry x="80" y="2012" width="1280" height="1" as="geometry" />
        </mxCell>

        <!-- Stat 1 -->
        <mxCell id="st1-num" value="120+" style="text;html=1;align=center;verticalAlign=middle;resizable=0;strokeColor=none;fillColor=none;fontSize=56;fontStyle=1;fontColor=#A855F7;fontFamily=Helvetica;" vertex="1" parent="1">
          <mxGeometry x="80" y="2040" width="280" height="70" as="geometry" />
        </mxCell>
        <mxCell id="st1-label" value="Проектов запущено" style="text;html=1;align=center;verticalAlign=middle;resizable=0;strokeColor=none;fillColor=none;fontSize=16;fontColor=#666688;" vertex="1" parent="1">
          <mxGeometry x="80" y="2110" width="280" height="28" as="geometry" />
        </mxCell>

        <!-- Stat 2 -->
        <mxCell id="st2-num" value="5 лет" style="text;html=1;align=center;verticalAlign=middle;resizable=0;strokeColor=none;fillColor=none;fontSize=56;fontStyle=1;fontColor=#38BDF8;fontFamily=Helvetica;" vertex="1" parent="1">
          <mxGeometry x="400" y="2040" width="280" height="70" as="geometry" />
        </mxCell>
        <mxCell id="st2-label" value="На рынке" style="text;html=1;align=center;verticalAlign=middle;resizable=0;strokeColor=none;fillColor=none;fontSize=16;fontColor=#666688;" vertex="1" parent="1">
          <mxGeometry x="400" y="2110" width="280" height="28" as="geometry" />
        </mxCell>

        <!-- Stat 3 -->
        <mxCell id="st3-num" value="98%" style="text;html=1;align=center;verticalAlign=middle;resizable=0;strokeColor=none;fillColor=none;fontSize=56;fontStyle=1;fontColor=#EC4899;fontFamily=Helvetica;" vertex="1" parent="1">
          <mxGeometry x="720" y="2040" width="280" height="70" as="geometry" />
        </mxCell>
        <mxCell id="st3-label" value="Довольных клиентов" style="text;html=1;align=center;verticalAlign=middle;resizable=0;strokeColor=none;fillColor=none;fontSize=16;fontColor=#666688;" vertex="1" parent="1">
          <mxGeometry x="720" y="2110" width="280" height="28" as="geometry" />
        </mxCell>

        <!-- Stat 4 -->
        <mxCell id="st4-num" value="14 дней" style="text;html=1;align=center;verticalAlign=middle;resizable=0;strokeColor=none;fillColor=none;fontSize=56;fontStyle=1;fontColor=#10B981;fontFamily=Helvetica;" vertex="1" parent="1">
          <mxGeometry x="1040" y="2040" width="320" height="70" as="geometry" />
        </mxCell>
        <mxCell id="st4-label" value="Средний срок MVP" style="text;html=1;align=center;verticalAlign=middle;resizable=0;strokeColor=none;fillColor=none;fontSize=16;fontColor=#666688;" vertex="1" parent="1">
          <mxGeometry x="1040" y="2110" width="320" height="28" as="geometry" />
        </mxCell>

        <!-- ===================== CTA SECTION ===================== -->
        <mxCell id="cta-bg" value="" style="rounded=0;whiteSpace=wrap;html=1;fillColor=#0D0D18;strokeColor=none;" vertex="1" parent="1">
          <mxGeometry x="0" y="2292" width="1440" height="340" as="geometry" />
        </mxCell>
        <!-- CTA card -->
        <mxCell id="cta-card" value="" style="rounded=24;whiteSpace=wrap;html=1;fillColor=#14103A;strokeColor=#3D2A8A;strokeWidth=1;" vertex="1" parent="1">
          <mxGeometry x="140" y="2322" width="1160" height="270" as="geometry" />
        </mxCell>
        <!-- CTA glow -->
        <mxCell id="cta-glow" value="" style="ellipse;whiteSpace=wrap;html=1;fillColor=#7C3AED;strokeColor=none;opacity=20;" vertex="1" parent="1">
          <mxGeometry x="400" y="2300" width="600" height="300" as="geometry" />
        </mxCell>
        <mxCell id="cta-h2" value="Готовы запустить проект?" style="text;html=1;align=center;verticalAlign=middle;resizable=0;strokeColor=none;fillColor=none;fontSize=44;fontStyle=1;fontColor=#FFFFFF;fontFamily=Helvetica;" vertex="1" parent="1">
          <mxGeometry x="240" y="2355" width="960" height="56" as="geometry" />
        </mxCell>
        <mxCell id="cta-sub" value="Обсудим вашу идею и предложим решение. Первая консультация — бесплатно." style="text;html=1;align=center;verticalAlign=middle;resizable=0;strokeColor=none;fillColor=none;fontSize=17;fontColor=#9999BB;" vertex="1" parent="1">
          <mxGeometry x="340" y="2416" width="760" height="30" as="geometry" />
        </mxCell>
        <mxCell id="cta-btn" value="Написать нам" style="rounded=24;whiteSpace=wrap;html=1;fillColor=#7C3AED;strokeColor=none;fontSize=18;fontStyle=1;fontColor=#FFFFFF;arcSize=50;" vertex="1" parent="1">
          <mxGeometry x="575" y="2466" width="200" height="56" as="geometry" />
        </mxCell>
        <mxCell id="cta-tg" value="или напишите в Telegram" style="text;html=1;align=center;verticalAlign=middle;resizable=0;strokeColor=none;fillColor=none;fontSize=14;fontColor=#555577;" vertex="1" parent="1">
          <mxGeometry x="440" y="2532" width="220" height="24" as="geometry" />
        </mxCell>
-         <mxCell id="cta-tg-link" value="@pixellab_studio" style="text;html=1;align=center;verticalAlign=middle;resizable=0;strokeColor=none;fillColor=none;fontSize=14;fontColor=#38BDF8;" vertex="1" parent="1">
+         <mxCell id="cta-tg-link" value="@ivann97n" style="text;html=1;align=center;verticalAlign=middle;resizable=0;strokeColor=none;fillColor=none;fontSize=14;fontColor=#38BDF8;" vertex="1" parent="1">
          <mxGeometry x="655" y="2532" width="180" height="24" as="geometry" />
        </mxCell>

        <!-- ===================== FOOTER ===================== -->
        <mxCell id="footer-bg" value="" style="rounded=0;whiteSpace=wrap;html=1;fillColor=#080810;strokeColor=none;" vertex="1" parent="1">
          <mxGeometry x="0" y="2632" width="1440" height="168" as="geometry" />
        </mxCell>
        <mxCell id="footer-div" value="" style="rounded=0;whiteSpace=wrap;html=1;fillColor=none;strokeColor=#1E1E2E;strokeWidth=1;" vertex="1" parent="1">
          <mxGeometry x="0" y="2632" width="1440" height="1" as="geometry" />
        </mxCell>
        <mxCell id="footer-logo" value="PIXEL LAB" style="text;html=1;align=left;verticalAlign=middle;resizable=0;strokeColor=none;fillColor=none;fontSize=20;fontStyle=1;fontColor=#FFFFFF;" vertex="1" parent="1">
          <mxGeometry x="80" y="2660" width="160" height="30" as="geometry" />
        </mxCell>
        <mxCell id="footer-tagline" value="Создаём цифровые продукты с душой" style="text;html=1;align=left;verticalAlign=middle;resizable=0;strokeColor=none;fillColor=none;fontSize=13;fontColor=#444466;" vertex="1" parent="1">
          <mxGeometry x="80" y="2696" width="280" height="24" as="geometry" />
        </mxCell>
        <mxCell id="footer-l1" value="Услуги" style="text;html=1;align=left;verticalAlign=middle;resizable=0;strokeColor=none;fillColor=none;fontSize=14;fontColor=#555577;" vertex="1" parent="1">
          <mxGeometry x="560" y="2660" width="80" height="24" as="geometry" />
        </mxCell>
        <mxCell id="footer-l2" value="Портфолио" style="text;html=1;align=left;verticalAlign=middle;resizable=0;strokeColor=none;fillColor=none;fontSize=14;fontColor=#555577;" vertex="1" parent="1">
          <mxGeometry x="660" y="2660" width="100" height="24" as="geometry" />
        </mxCell>
        <mxCell id="footer-l3" value="О нас" style="text;html=1;align=left;verticalAlign=middle;resizable=0;strokeColor=none;fillColor=none;fontSize=14;fontColor=#555577;" vertex="1" parent="1">
          <mxGeometry x="780" y="2660" width="80" height="24" as="geometry" />
        </mxCell>
        <mxCell id="footer-l4" value="Контакты" style="text;html=1;align=left;verticalAlign=middle;resizable=0;strokeColor=none;fillColor=none;fontSize=14;fontColor=#555577;" vertex="1" parent="1">
          <mxGeometry x="880" y="2660" width="90" height="24" as="geometry" />
        </mxCell>
        <mxCell id="footer-copy" value="© 2026 Pixel Lab. Все права защищены." style="text;html=1;align=right;verticalAlign=middle;resizable=0;strokeColor=none;fillColor=none;fontSize=13;fontColor=#333355;" vertex="1" parent="1">
          <mxGeometry x="1000" y="2756" width="360" height="24" as="geometry" />
        </mxCell>
        <mxCell id="footer-policy" value="Политика конфиденциальности" style="text;html=1;align=left;verticalAlign=middle;resizable=0;strokeColor=none;fillColor=none;fontSize=13;fontColor=#333355;" vertex="1" parent="1">
          <mxGeometry x="80" y="2756" width="240" height="24" as="geometry" />
        </mxCell>

      </root>
    </mxGraphModel>
  </diagram>
</mxfile>
